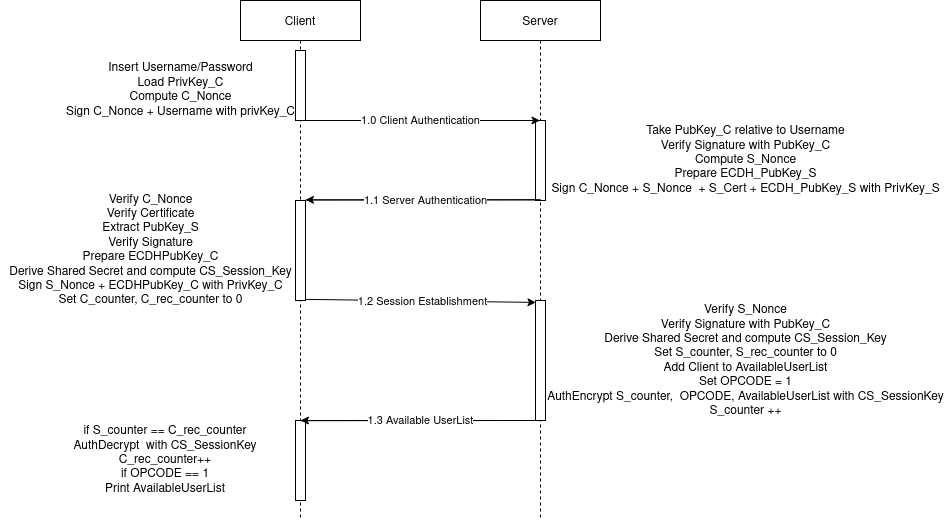
Above: Documentation/Flow_1_Server_Auth.png in matildao-pane/Secure-online-messaging-service (draw.io), before the change. Source tidied: cells renumbered, new cells last; positions are measured from the earlier drawing's top-left corner, leaving out a move shared by most shapes.
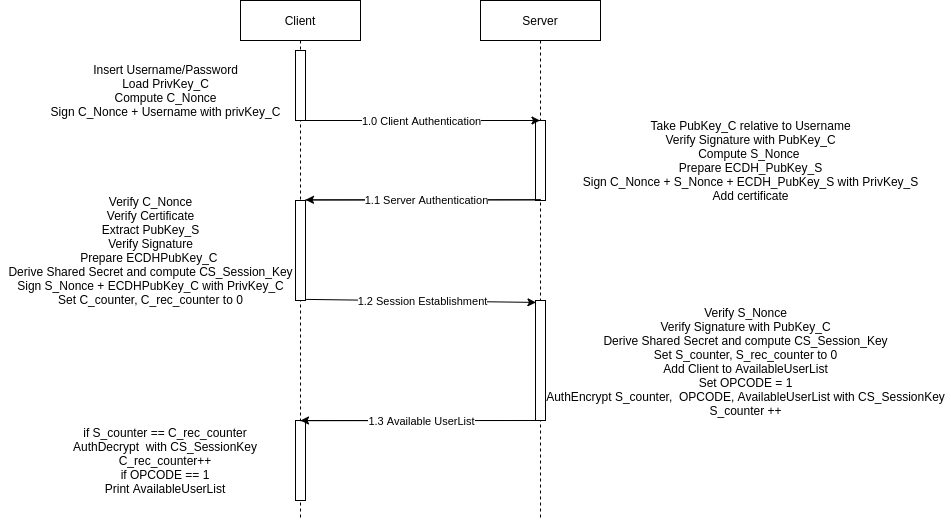
After the change.

The edit, as a diff of the source:
```diff
@@ -14,8 +14,8 @@
     <mxCell id="5" style="html=1;perimeter=orthogonalPerimeter;" parent="1" vertex="1">
       <mxGeometry x="535" y="120" width="10" height="80" as="geometry" />
     </mxCell>
-    <mxCell id="6" value="&lt;div&gt;Take PubKey_C relative to Username&lt;br&gt;&lt;/div&gt;&lt;div&gt;Verify Signature with PubKey_C&lt;br&gt;&lt;/div&gt;&lt;div&gt;Compute S_Nonce &lt;br&gt;&lt;/div&gt;&lt;div&gt;Prepare ECDH_PubKey_S&lt;/div&gt;&lt;div&gt;Sign C_Nonce + S_Nonce&amp;nbsp; + S_Cert + ECDH_PubKey_S with PrivKey_S&lt;br&gt;&lt;/div&gt;" style="text;html=1;align=center;verticalAlign=middle;strokeColor=none;" parent="1" vertex="1">
-      <mxGeometry x="545" y="120" width="400" height="80" as="geometry" />
+    <mxCell id="6" value="&lt;div&gt;Take PubKey_C relative to Username&lt;br&gt;&lt;/div&gt;&lt;div&gt;Verify Signature with PubKey_C&lt;br&gt;&lt;/div&gt;&lt;div&gt;Compute S_Nonce &lt;br&gt;&lt;/div&gt;&lt;div&gt;Prepare ECDH_PubKey_S&lt;/div&gt;&lt;div&gt;Sign C_Nonce + S_Nonce + ECDH_PubKey_S with PrivKey_S&lt;br&gt;&lt;/div&gt;&lt;div&gt;Add certificate&lt;/div&gt;" style="text;html=1;align=center;verticalAlign=middle;strokeColor=none;" parent="1" vertex="1">
+      <mxGeometry x="575" y="115" width="350" height="90" as="geometry" />
     </mxCell>
     <mxCell id="7" style="endArrow=classic;html=1;" parent="1" edge="1" target="4">
       <mxGeometry relative="1" as="geometry">
@@ -57,7 +57,7 @@
       <mxGeometry x="295" y="50" width="10" height="70" as="geometry" />
     </mxCell>
     <mxCell id="16" value="Insert Username/Password&lt;br&gt;&lt;div&gt;Load PrivKey_C&lt;/div&gt;&lt;div&gt;Compute C_Nonce&lt;/div&gt;&lt;div&gt;Sign C_Nonce + Username with privKey_C&lt;br&gt;&lt;/div&gt;" style="text;html=1;align=center;verticalAlign=middle;strokeColor=none;" parent="1" vertex="1">
-      <mxGeometry x="60" y="60" width="240" height="60" as="geometry" />
+      <mxGeometry x="45" y="60" width="240" height="60" as="geometry" />
     </mxCell>
     <mxCell id="17" value="Verify S_Nonce&lt;br&gt;Verify Signature with PubKey_C&lt;br&gt;&lt;div&gt;Derive Shared Secret and compute CS_Session_Key&lt;/div&gt;&lt;div&gt;&lt;div&gt;Set S_counter, S_rec_counter to 0&lt;/div&gt;&lt;div&gt;Add Client to AvailableUserList&lt;/div&gt;&lt;/div&gt;&lt;div&gt;&lt;div&gt;Set OPCODE = 1&lt;/div&gt;AuthEncrypt S_counter,&amp;nbsp; OPCODE, AvailableUserList with CS_SessionKey&lt;br&gt;&lt;div&gt;S_counter ++&lt;br&gt;&lt;/div&gt;&lt;div&gt;&lt;br&gt;&lt;br&gt;&lt;/div&gt;&lt;/div&gt;" style="text;html=1;align=center;verticalAlign=middle;strokeColor=none;" parent="1" vertex="1">
       <mxGeometry x="540" y="300" width="410" height="150" as="geometry" />
```
